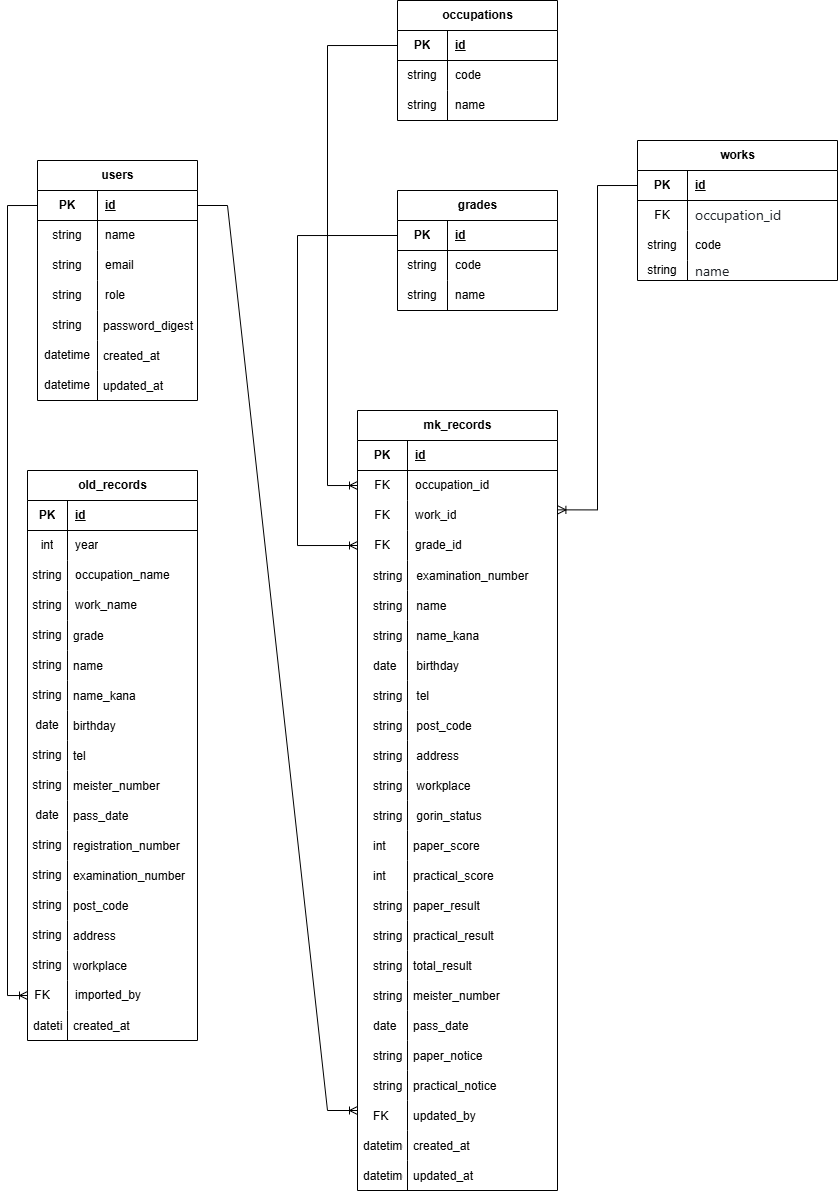
Above: app/assets/images/er.png in Hide47/portfolio (draw.io), before the change. Source tidied: cells renumbered, new cells last; positions are measured from the earlier drawing's top-left corner, leaving out a move shared by most shapes.
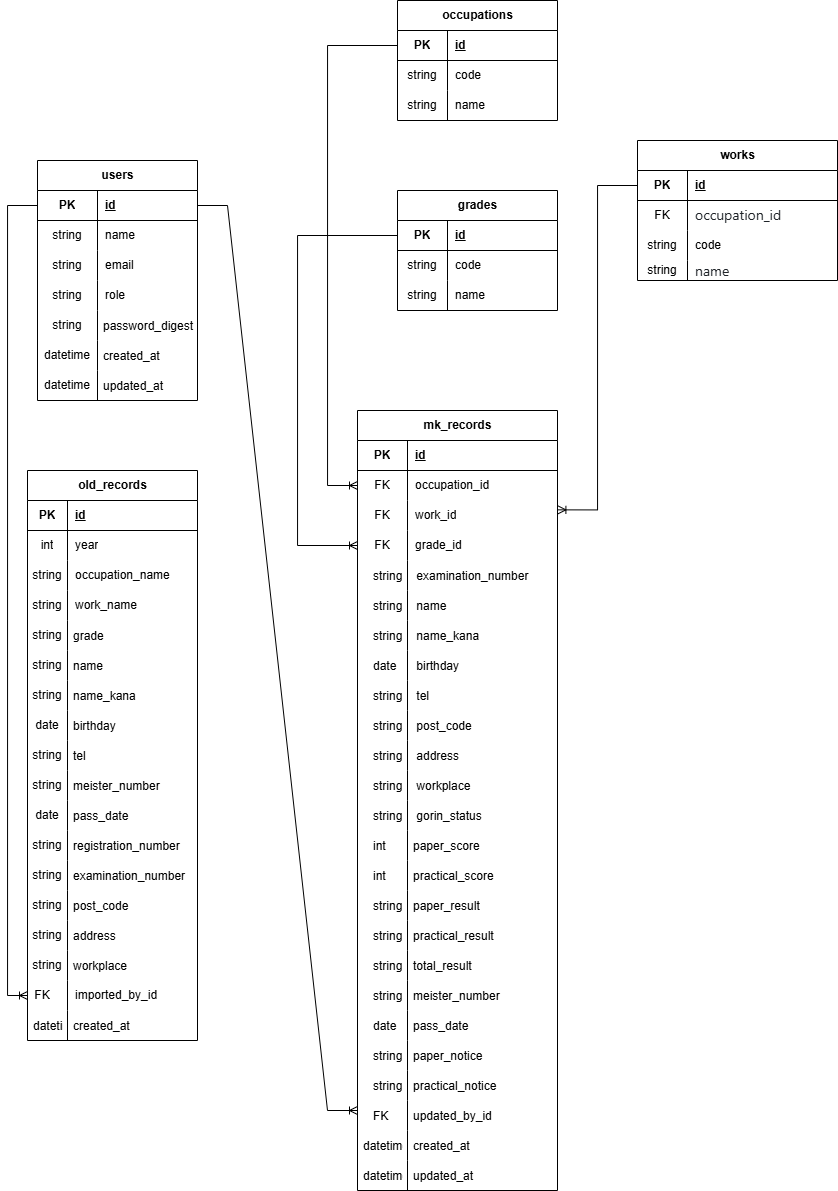
The same diagram one commit later.

Diff of the diagram source:
```diff
@@ -191,7 +191,7 @@
     <mxCell id="64" value="FK" style="shape=partialRectangle;fillColor=none;top=0;left=0;bottom=0;right=0;fontStyle=0;overflow=hidden;whiteSpace=wrap;html=1;" parent="63" vertex="1">
       <mxGeometry width="30" height="30" as="geometry" />
     </mxCell>
-    <mxCell id="65" value="&amp;nbsp; &amp;nbsp;imported_by" style="shape=partialRectangle;fillColor=none;top=0;left=0;bottom=0;right=0;align=left;spacingLeft=6;fontStyle=0;overflow=hidden;whiteSpace=wrap;html=1;" parent="63" vertex="1">
+    <mxCell id="65" value="&amp;nbsp; &amp;nbsp;imported_by_id" style="shape=partialRectangle;fillColor=none;top=0;left=0;bottom=0;right=0;align=left;spacingLeft=6;fontStyle=0;overflow=hidden;whiteSpace=wrap;html=1;" parent="63" vertex="1">
       <mxGeometry x="30" width="140" height="30" as="geometry" />
     </mxCell>
     <mxCell id="66" value="string" style="shape=partialRectangle;fillColor=none;top=0;left=0;bottom=0;right=0;overflow=hidden;whiteSpace=wrap;html=1;" parent="1" vertex="1">
@@ -494,7 +494,7 @@
     <mxCell id="165" value="string" style="shape=partialRectangle;top=0;left=0;bottom=0;fillColor=none;stokeWidth=1;align=left;verticalAlign=middle;spacingLeft=4;spacingRight=4;overflow=hidden;" parent="164" vertex="1">
       <mxGeometry x="-10" width="40" height="30" as="geometry" />
     </mxCell>
-    <mxCell id="166" value="   updated_by" style="shape=partialRectangle;fillColor=none;align=left;verticalAlign=middle;strokeColor=none;spacingLeft=34;" parent="1" vertex="1">
+    <mxCell id="166" value="   updated_by_id" style="shape=partialRectangle;fillColor=none;align=left;verticalAlign=middle;strokeColor=none;spacingLeft=34;" parent="1" vertex="1">
       <mxGeometry x="360" y="1100" width="100" height="30" as="geometry" />
     </mxCell>
     <mxCell id="167" value="FK" style="shape=partialRectangle;top=0;left=0;bottom=0;fillColor=none;stokeWidth=1;align=left;verticalAlign=middle;spacingLeft=4;spacingRight=4;overflow=hidden;" parent="166" vertex="1">
```
